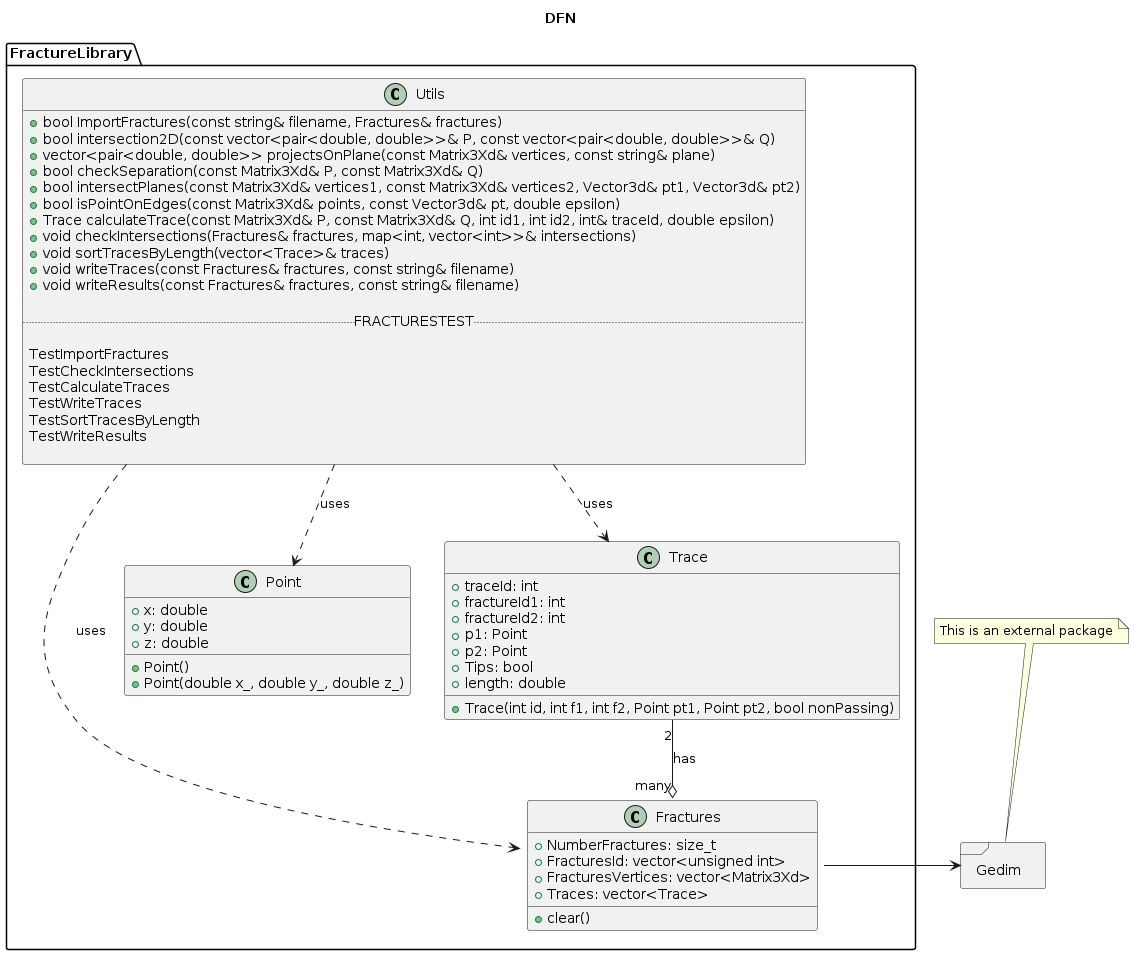
Earlier version of the PlantUML export Project/Documentazione/UML.png (GiuseppeFresu/DFN_Project).
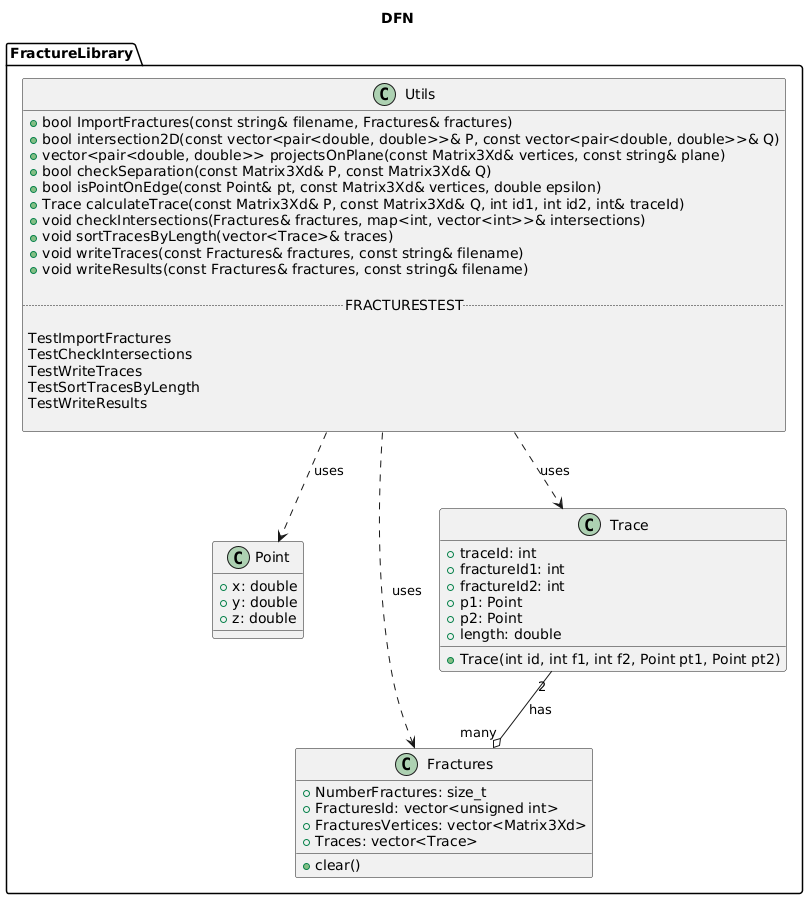
Later version of the same file.

Change to the diagram source:
```diff
@@ -8,8 +8,6 @@
         + x: double
         + y: double
         + z: double
-        + Point()
-        + Point(double x_, double y_, double z_)
     }
 
 class Fractures{
@@ -27,9 +25,8 @@
         + fractureId2: int
         + p1: Point
         + p2: Point
-        + Tips: bool
         + length: double
-        + Trace(int id, int f1, int f2, Point pt1, Point pt2, bool nonPassing)
+        + Trace(int id, int f1, int f2, Point pt1, Point pt2)
 }
 
 class Utils {
@@ -37,9 +34,8 @@
 + bool intersection2D(const vector<pair<double, double>>& P, const vector<pair<double, double>>& Q)
 + vector<pair<double, double>> projectsOnPlane(const Matrix3Xd& vertices, const string& plane)
 + bool checkSeparation(const Matrix3Xd& P, const Matrix3Xd& Q)
-+ bool intersectPlanes(const Matrix3Xd& vertices1, const Matrix3Xd& vertices2, Vector3d& pt1, Vector3d& pt2)
-+ bool isPointOnEdges(const Matrix3Xd& points, const Vector3d& pt, double epsilon)
-+ Trace calculateTrace(const Matrix3Xd& P, const Matrix3Xd& Q, int id1, int id2, int& traceId, double epsilon)
++ bool isPointOnEdge(const Point& pt, const Matrix3Xd& vertices, double epsilon)
++ Trace calculateTrace(const Matrix3Xd& P, const Matrix3Xd& Q, int id1, int id2, int& traceId)
 + void checkIntersections(Fractures& fractures, map<int, vector<int>>& intersections)
 + void sortTracesByLength(vector<Trace>& traces)
 + void writeTraces(const Fractures& fractures, const string& filename)
@@ -49,12 +45,11 @@
 
 TestImportFractures
 TestCheckIntersections
-TestCalculateTraces
 TestWriteTraces
 TestSortTracesByLength
 TestWriteResults
 
-    }
+}
 
     Trace "2"--o "many" Fractures : has
 
@@ -63,15 +58,4 @@
 Utils ..> Point: uses
 Utils ..> Fractures: uses
 Utils ..> Trace: uses
-
-
-package Gedim <<Frame>>
-{
-
-}
-
-Fractures::GedimInterface --right--> Gedim
-
-note "This is an external package" as GedimNote
-GedimNote .. Gedim
 @enduml
```
